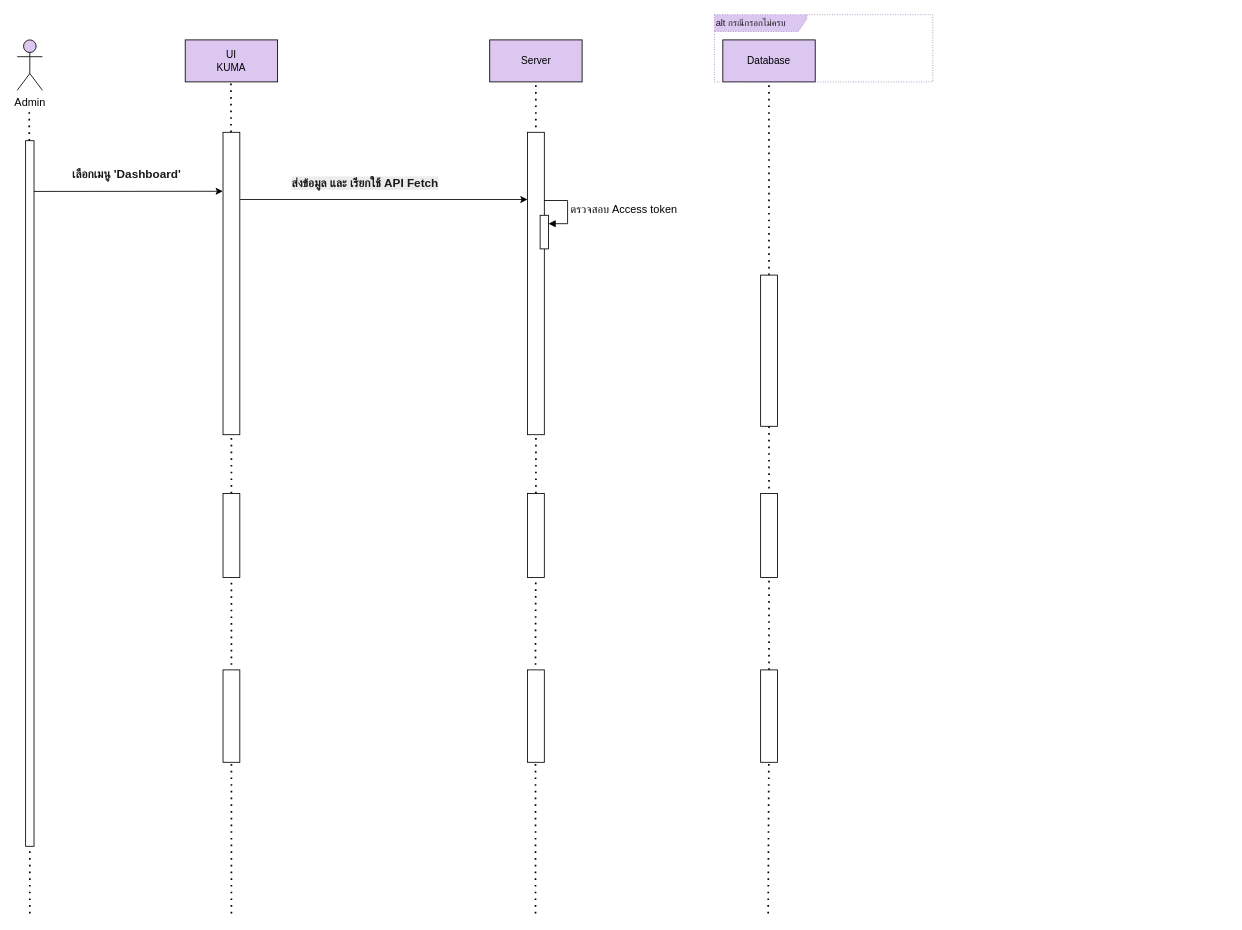
This is page "dashboard" (5 of 5) of Diagram.drawio from Monaphat374/Sequence_project374, a draw.io file, before an edit. Source tidied: cells renumbered, new cells numbered last; positions are measured from the earlier drawing's top-left corner, leaving out a move shared by most shapes. Both pictures are drawn from the tidied source at 84%, with x=0, y=0 at pixel (17, 14).
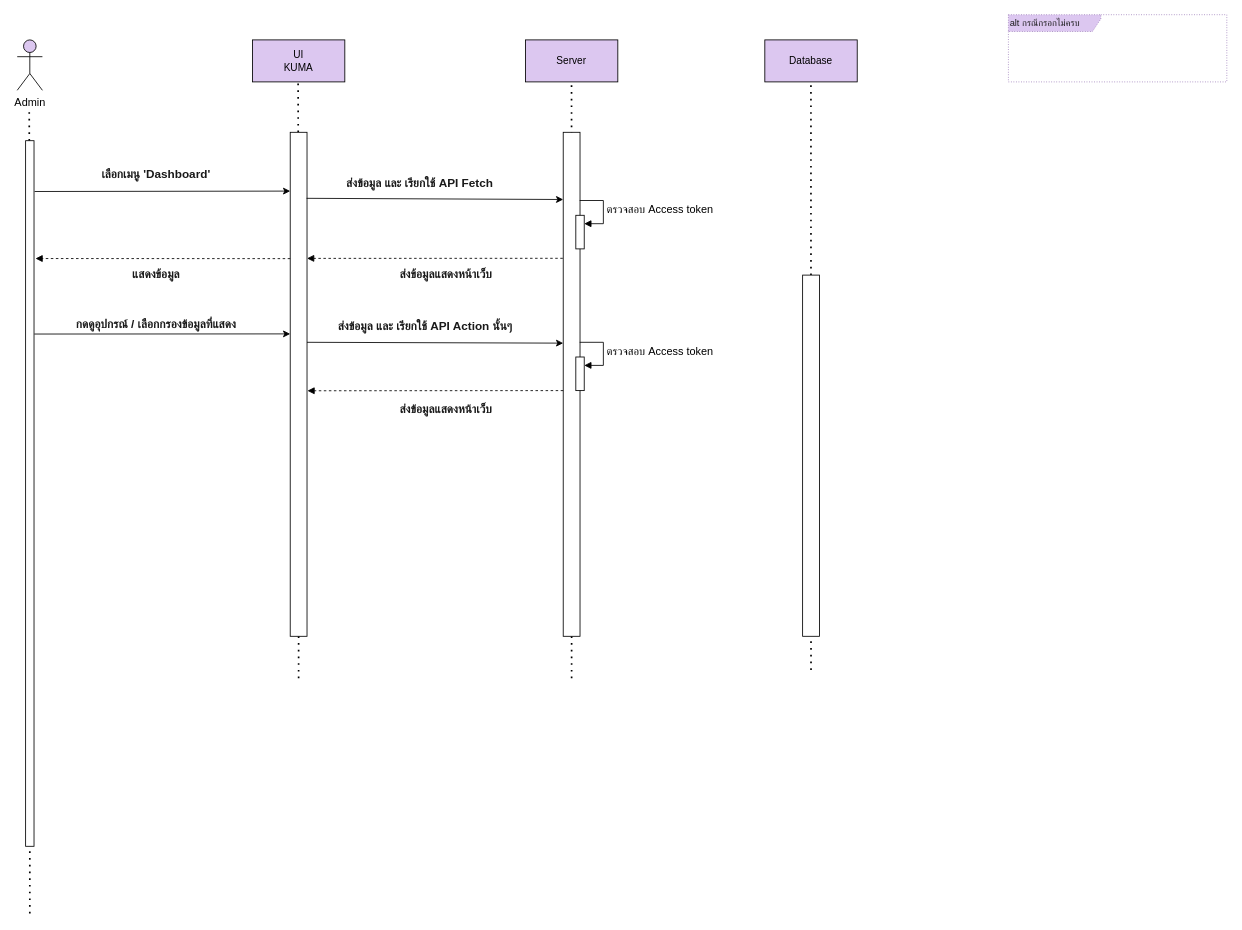
Above is the later version.

The change refers to these unchanged cells:
```xml
<mxCell id="11" style="rounded=0;whiteSpace=wrap;html=1;" parent="1" vertex="1">
  <mxGeometry x="10" y="150" width="10" height="840" as="geometry" />
</mxCell>
```

Change to the diagram source:
```diff
@@
     <mxCell id="3" value="UI&lt;div&gt;KUMA&lt;/div&gt;" style="html=1;whiteSpace=wrap;fillColor=#DCC7F0;" parent="1" vertex="1">
-      <mxGeometry x="200" y="30" width="110" height="50" as="geometry" />
+      <mxGeometry x="280" y="30" width="110" height="50" as="geometry" />
     </mxCell>
     <mxCell id="4" value="Server" style="html=1;whiteSpace=wrap;fillColor=#DCC7F0;" parent="1" vertex="1">
-      <mxGeometry x="562.5" y="30" width="110" height="50" as="geometry" />
+      <mxGeometry x="605" y="30" width="110" height="50" as="geometry" />
     </mxCell>
     <mxCell id="5" value="Database" style="html=1;whiteSpace=wrap;fillColor=#DCC7F0;" parent="1" vertex="1">
-      <mxGeometry x="840" y="30" width="110" height="50" as="geometry" />
+      <mxGeometry x="890" y="30" width="110" height="50" as="geometry" />
     </mxCell>
@@
     <mxCell id="7" style="endArrow=none;dashed=1;html=1;dashPattern=1 3;strokeWidth=2;rounded=0;" parent="1" edge="1" source="13">
       <mxGeometry relative="1" as="geometry">
-        <mxPoint x="254.4" y="80" as="targetPoint" />
+        <mxPoint x="334.4" y="80" as="targetPoint" />
       </mxGeometry>
     </mxCell>
     <mxCell id="8" style="endArrow=none;dashed=1;html=1;dashPattern=1 3;strokeWidth=2;rounded=0;" parent="1" edge="1">
       <mxGeometry relative="1" as="geometry">
-        <mxPoint x="617.5" y="310" as="sourcePoint" />
-        <mxPoint x="617.4" y="80" as="targetPoint" />
+        <mxPoint x="660" y="310" as="sourcePoint" />
+        <mxPoint x="659.9" y="80" as="targetPoint" />
       </mxGeometry>
     </mxCell>
     <mxCell id="9" style="endArrow=none;dashed=1;html=1;dashPattern=1 3;strokeWidth=2;rounded=0;" parent="1" edge="1" source="18">
       <mxGeometry relative="1" as="geometry">
-        <mxPoint x="894.9" y="80" as="targetPoint" />
+        <mxPoint x="944.9" y="80" as="targetPoint" />
       </mxGeometry>
     </mxCell>
@@
-    <mxCell id="12" style="endArrow=none;dashed=1;html=1;dashPattern=1 3;strokeWidth=2;rounded=0;" parent="1" edge="1" source="23" target="13">
-      <mxGeometry relative="1" as="geometry" />
+    <mxCell id="12" style="endArrow=none;dashed=1;html=1;dashPattern=1 3;strokeWidth=2;rounded=0;" parent="1" edge="1" target="13">
+      <mxGeometry relative="1" as="geometry">
+        <mxPoint x="335" y="790" as="sourcePoint" />
+      </mxGeometry>
     </mxCell>
     <mxCell id="13" style="rounded=0;whiteSpace=wrap;html=1;" parent="1" vertex="1">
-      <mxGeometry x="245" y="140" width="20" height="360" as="geometry" />
+      <mxGeometry x="325" y="140" width="20" height="600" as="geometry" />
     </mxCell>
-    <mxCell id="14" style="endArrow=classic;html=1;rounded=0;exitX=0.992;exitY=0.171;exitDx=0;exitDy=0;exitPerimeter=0;entryX=-0.011;entryY=0.195;entryDx=0;entryDy=0;entryPerimeter=0;" parent="1" edge="1" target="13">
+    <mxCell id="14" style="endArrow=classic;html=1;rounded=0;exitX=1.071;exitY=0.072;exitDx=0;exitDy=0;exitPerimeter=0;" parent="1" edge="1" source="11">
       <mxGeometry relative="1" as="geometry">
-        <mxPoint x="20" y="210.4" as="sourcePoint" />
+        <mxPoint x="325" y="210" as="targetPoint" />
       </mxGeometry>
     </mxCell>
     <mxCell id="15" value="&lt;h5&gt;&lt;span style=&quot;font-size: 14px;&quot;&gt;เลือกเมนู 'Dashboard'&lt;/span&gt;&lt;/h5&gt;" style="text;html=1;align=center;verticalAlign=middle;strokeColor=none;fillColor=none;fontFamily=Helvetica;fontStyle=0;fontSize=12;fontColor=#1A1A1A;" parent="1" vertex="1">
-      <mxGeometry x="50" y="160" width="160" height="60" as="geometry" />
+      <mxGeometry x="85" y="160" width="160" height="60" as="geometry" />
     </mxCell>
-    <mxCell id="16" style="endArrow=none;dashed=1;html=1;dashPattern=1 3;strokeWidth=2;rounded=0;" parent="1" edge="1" source="26">
+    <mxCell id="16" style="endArrow=none;dashed=1;html=1;dashPattern=1 3;strokeWidth=2;rounded=0;" parent="1" edge="1">
       <mxGeometry relative="1" as="geometry">
-        <mxPoint x="617.5" y="490" as="targetPoint" />
+        <mxPoint x="660" y="790" as="sourcePoint" />
+        <mxPoint x="660" y="490" as="targetPoint" />
       </mxGeometry>
     </mxCell>
-    <mxCell id="17" style="endArrow=none;dashed=1;html=1;dashPattern=1 3;strokeWidth=2;rounded=0;exitX=0.5;exitY=0;exitDx=0;exitDy=0;" parent="1" edge="1" source="31" target="18">
-      <mxGeometry relative="1" as="geometry" />
+    <mxCell id="17" style="endArrow=none;dashed=1;html=1;dashPattern=1 3;strokeWidth=2;rounded=0;exitX=0.5;exitY=0;exitDx=0;exitDy=0;" parent="1" edge="1" target="18">
+      <mxGeometry relative="1" as="geometry">
+        <mxPoint x="945" y="780" as="sourcePoint" />
+      </mxGeometry>
     </mxCell>
     <mxCell id="18" style="rounded=0;whiteSpace=wrap;html=1;" parent="1" vertex="1">
-      <mxGeometry x="885" y="310" width="20" height="180" as="geometry" />
+      <mxGeometry x="935" y="310" width="20" height="430" as="geometry" />
     </mxCell>
     <mxCell id="19" value="&lt;font face=&quot;Helvetica&quot; style=&quot;font-size: 11px;&quot; color=&quot;#1a1a1a&quot;&gt;alt กรณีกรอกไม่ครบ&lt;/font&gt;" style="shape=umlFrame;whiteSpace=wrap;html=1;dashed=1;dashPattern=1 2;fillColor=light-dark(#DCC7F0,#A18EB3);fontColor=#ffffff;strokeColor=#9A7AB8;swimlaneFillColor=none;width=110;height=20;align=left;" parent="1" vertex="1">
-      <mxGeometry x="830" width="260" height="80" as="geometry" />
+      <mxGeometry x="1180" width="260" height="80" as="geometry" />
     </mxCell>
@@
-    <mxCell id="21" style="endArrow=none;dashed=1;html=1;dashPattern=1 3;strokeWidth=2;rounded=0;" parent="1" edge="1">
-      <mxGeometry relative="1" as="geometry">
-        <mxPoint x="255" y="1070" as="sourcePoint" />
-        <mxPoint x="255" y="750" as="targetPoint" />
-      </mxGeometry>
-    </mxCell>
-    <mxCell id="22" style="endArrow=none;dashed=1;html=1;dashPattern=1 3;strokeWidth=2;rounded=0;" parent="1" edge="1" target="23">
-      <mxGeometry relative="1" as="geometry">
-        <mxPoint x="255" y="750.3" as="sourcePoint" />
-      </mxGeometry>
-    </mxCell>
-    <mxCell id="23" style="rounded=0;whiteSpace=wrap;html=1;" parent="1" vertex="1">
-      <mxGeometry x="245" y="570" width="20" height="100" as="geometry" />
-    </mxCell>
-    <mxCell id="24" style="endArrow=none;dashed=1;html=1;dashPattern=1 3;strokeWidth=2;rounded=0;" parent="1" edge="1">
-      <mxGeometry relative="1" as="geometry">
-        <mxPoint x="617" y="1070" as="sourcePoint" />
-        <mxPoint x="617" y="750" as="targetPoint" />
-      </mxGeometry>
-    </mxCell>
-    <mxCell id="25" style="endArrow=none;dashed=1;html=1;dashPattern=1 3;strokeWidth=2;rounded=0;" parent="1" edge="1" target="26">
-      <mxGeometry relative="1" as="geometry">
-        <mxPoint x="617" y="750" as="sourcePoint" />
-      </mxGeometry>
-    </mxCell>
-    <mxCell id="26" style="rounded=0;whiteSpace=wrap;html=1;" parent="1" vertex="1">
-      <mxGeometry x="607.5" y="570" width="20" height="100" as="geometry" />
-    </mxCell>
-    <mxCell id="27" style="rounded=0;whiteSpace=wrap;html=1;" parent="1" vertex="1">
-      <mxGeometry x="885" y="570" width="20" height="100" as="geometry" />
-    </mxCell>
-    <mxCell id="28" style="rounded=0;whiteSpace=wrap;html=1;" parent="1" vertex="1">
-      <mxGeometry x="245" y="780" width="20" height="110" as="geometry" />
-    </mxCell>
-    <mxCell id="29" style="rounded=0;whiteSpace=wrap;html=1;" parent="1" vertex="1">
-      <mxGeometry x="607.5" y="780" width="20" height="110" as="geometry" />
-    </mxCell>
-    <mxCell id="30" style="endArrow=none;dashed=1;html=1;dashPattern=1 3;strokeWidth=2;rounded=0;" parent="1" edge="1" target="31">
-      <mxGeometry relative="1" as="geometry">
-        <mxPoint x="894" y="1070" as="sourcePoint" />
-      </mxGeometry>
-    </mxCell>
-    <mxCell id="31" style="rounded=0;whiteSpace=wrap;html=1;" parent="1" vertex="1">
-      <mxGeometry x="885" y="780" width="20" height="110" as="geometry" />
-    </mxCell>
     <mxCell id="32" style="rounded=0;whiteSpace=wrap;html=1;" parent="1" vertex="1">
-      <mxGeometry x="607.5" y="140" width="20" height="360" as="geometry" />
+      <mxGeometry x="650" y="140" width="20" height="600" as="geometry" />
     </mxCell>
     <mxCell id="33" style="html=1;points=[[0,0,0,0,5],[0,1,0,0,-5],[1,0,0,0,5],[1,1,0,0,-5]];perimeter=orthogonalPerimeter;outlineConnect=0;targetShapes=umlLifeline;portConstraint=eastwest;newEdgeStyle={&quot;curved&quot;:0,&quot;rounded&quot;:0};" parent="1" vertex="1">
-      <mxGeometry x="622.5" y="238.8" width="10" height="40" as="geometry" />
+      <mxGeometry x="665" y="238.8" width="10" height="40" as="geometry" />
     </mxCell>
     <mxCell id="34" value="&lt;span style=&quot;font-size: 13px;&quot;&gt;ตรวจสอบ Access token&lt;/span&gt;" style="html=1;align=left;spacingLeft=2;endArrow=block;rounded=0;edgeStyle=orthogonalEdgeStyle;curved=0;rounded=0;exitX=0.994;exitY=0.218;exitDx=0;exitDy=0;exitPerimeter=0;" parent="1" edge="1" target="33">
       <mxGeometry relative="1" as="geometry">
-        <mxPoint x="627.1" y="221.2" as="sourcePoint" />
+        <mxPoint x="669.6" y="221.2" as="sourcePoint" />
         <Array as="points">
-          <mxPoint x="655.2" y="221.8" />
-          <mxPoint x="655.2" y="248.8" />
+          <mxPoint x="697.8" y="221.8" />
+          <mxPoint x="697.8" y="248.8" />
         </Array>
       </mxGeometry>
     </mxCell>
-    <mxCell id="35" value="&lt;h5 style=&quot;forced-color-adjust: none; color: rgb(26, 26, 26); font-family: Helvetica; font-style: normal; font-variant-ligatures: normal; font-variant-caps: normal; letter-spacing: normal; orphans: 2; text-align: center; text-indent: 0px; text-transform: none; widows: 2; word-spacing: 0px; -webkit-text-stroke-width: 0px; white-space: nowrap; background-color: rgb(236, 236, 236); text-decoration-thickness: initial; text-decoration-style: initial; text-decoration-color: initial;&quot;&gt;&lt;span style=&quot;forced-color-adjust: none; font-size: 14px;&quot;&gt;ส่งข้อมูล และ เรียกใช้ API Fetch&lt;/span&gt;&lt;/h5&gt;" style="text;whiteSpace=wrap;html=1;" parent="1" vertex="1">
-      <mxGeometry x="325" y="168.8" width="240" height="70" as="geometry" />
+    <mxCell id="35" value="&lt;h5 style=&quot;forced-color-adjust: none; color: rgb(26, 26, 26); font-family: Helvetica; font-style: normal; font-variant-ligatures: normal; font-variant-caps: normal; letter-spacing: normal; orphans: 2; text-align: center; text-indent: 0px; text-transform: none; widows: 2; word-spacing: 0px; -webkit-text-stroke-width: 0px; white-space: nowrap; text-decoration-thickness: initial; text-decoration-style: initial; text-decoration-color: initial;&quot;&gt;&lt;span style=&quot;forced-color-adjust: none; font-size: 14px;&quot;&gt;ส่งข้อมูล และ เรียกใช้ API Fetch&lt;/span&gt;&lt;/h5&gt;" style="text;whiteSpace=wrap;html=1;" parent="1" vertex="1">
+      <mxGeometry x="390" y="168.8" width="240" height="70" as="geometry" />
     </mxCell>
-    <mxCell id="36" style="endArrow=classic;html=1;rounded=0;exitX=1.019;exitY=0.211;exitDx=0;exitDy=0;exitPerimeter=0;" parent="1" edge="1">
+    <mxCell id="36" style="endArrow=classic;html=1;rounded=0;exitX=0.972;exitY=0.131;exitDx=0;exitDy=0;exitPerimeter=0;" parent="1" edge="1" source="13">
       <mxGeometry relative="1" as="geometry">
-        <mxPoint x="265.4" y="220" as="sourcePoint" />
-        <mxPoint x="607.5" y="220" as="targetPoint" />
+        <mxPoint x="650" y="220" as="targetPoint" />
       </mxGeometry>
     </mxCell>
+    <mxCell id="37" style="endArrow=block;dashed=1;endFill=1;html=1;rounded=0;fontColor=default;labelBackgroundColor=light-dark(#c43131, #ededed);strokeColor=default;entryX=1.026;entryY=0.417;entryDx=0;entryDy=0;entryPerimeter=0;" parent="1" edge="1">
+      <mxGeometry relative="1" as="geometry">
+        <mxPoint x="649.5" y="290" as="sourcePoint" />
+        <mxPoint x="345" y="290.1" as="targetPoint" />
+      </mxGeometry>
+    </mxCell>
+    <mxCell id="38" value="&lt;h5&gt;&lt;span style=&quot;font-size: 14px;&quot;&gt;ส่งข้อมูลแสดงหน้าเว็บ&lt;/span&gt;&lt;/h5&gt;" style="text;html=1;align=center;verticalAlign=middle;strokeColor=none;fillColor=none;fontFamily=Helvetica;fontStyle=0;fontSize=12;fontColor=#1A1A1A;" parent="1" vertex="1">
+      <mxGeometry x="430" y="278.8" width="160" height="60" as="geometry" />
+    </mxCell>
+    <mxCell id="39" style="endArrow=block;dashed=1;endFill=1;html=1;rounded=0;fontColor=default;labelBackgroundColor=light-dark(#c43131, #ededed);strokeColor=default;entryX=1.175;entryY=0.167;entryDx=0;entryDy=0;entryPerimeter=0;" parent="1" edge="1" target="11">
+      <mxGeometry relative="1" as="geometry">
+        <mxPoint x="325" y="290.4" as="sourcePoint" />
+      </mxGeometry>
+    </mxCell>
+    <mxCell id="40" value="&lt;h5&gt;&lt;span style=&quot;font-size: 14px;&quot;&gt;แสดงข้อมูล&lt;/span&gt;&lt;/h5&gt;" style="text;html=1;align=center;verticalAlign=middle;strokeColor=none;fillColor=none;fontFamily=Helvetica;fontStyle=0;fontSize=12;fontColor=#1A1A1A;" parent="1" vertex="1">
+      <mxGeometry x="115" y="278.8" width="100" height="60" as="geometry" />
+    </mxCell>
+    <mxCell id="41" style="endArrow=classic;html=1;rounded=0;exitX=1.037;exitY=0.274;exitDx=0;exitDy=0;exitPerimeter=0;" parent="1" edge="1" source="11">
+      <mxGeometry relative="1" as="geometry">
+        <mxPoint x="325" y="380" as="targetPoint" />
+      </mxGeometry>
+    </mxCell>
+    <mxCell id="42" value="&lt;h5&gt;&lt;span style=&quot;font-size: 14px;&quot;&gt;กดดูอุปกรณ์ / เลือกกรองข้อมูลที่แสดง&lt;/span&gt;&lt;/h5&gt;" style="text;html=1;align=center;verticalAlign=middle;strokeColor=none;fillColor=none;fontFamily=Helvetica;fontStyle=0;fontSize=12;fontColor=#1A1A1A;" parent="1" vertex="1">
+      <mxGeometry x="35" y="338.8" width="260" height="60" as="geometry" />
+    </mxCell>
+    <mxCell id="43" style="endArrow=classic;html=1;rounded=0;exitX=0.981;exitY=0.22;exitDx=0;exitDy=0;exitPerimeter=0;" parent="1" edge="1">
+      <mxGeometry relative="1" as="geometry">
+        <mxPoint x="345" y="390" as="sourcePoint" />
+        <mxPoint x="650" y="391" as="targetPoint" />
+      </mxGeometry>
+    </mxCell>
+    <mxCell id="44" value="&lt;h5 style=&quot;forced-color-adjust: none; color: rgb(26, 26, 26); font-family: Helvetica; font-style: normal; font-variant-ligatures: normal; font-variant-caps: normal; letter-spacing: normal; orphans: 2; text-align: center; text-indent: 0px; text-transform: none; widows: 2; word-spacing: 0px; -webkit-text-stroke-width: 0px; white-space: nowrap; text-decoration-thickness: initial; text-decoration-style: initial; text-decoration-color: initial;&quot;&gt;&lt;span style=&quot;forced-color-adjust: none; font-size: 14px;&quot;&gt;ส่งข้อมูล และ เรียกใช้ API Action นั้นๆ&amp;nbsp;&lt;/span&gt;&lt;/h5&gt;" style="text;whiteSpace=wrap;html=1;" parent="1" vertex="1">
+      <mxGeometry x="380" y="338.8" width="240" height="70" as="geometry" />
+    </mxCell>
+    <mxCell id="45" style="html=1;points=[[0,0,0,0,5],[0,1,0,0,-5],[1,0,0,0,5],[1,1,0,0,-5]];perimeter=orthogonalPerimeter;outlineConnect=0;targetShapes=umlLifeline;portConstraint=eastwest;newEdgeStyle={&quot;curved&quot;:0,&quot;rounded&quot;:0};" parent="1" vertex="1">
+      <mxGeometry x="665" y="407.5" width="10" height="40" as="geometry" />
+    </mxCell>
+    <mxCell id="46" value="&lt;span style=&quot;font-size: 13px;&quot;&gt;ตรวจสอบ Access token&lt;/span&gt;" style="html=1;align=left;spacingLeft=2;endArrow=block;rounded=0;edgeStyle=orthogonalEdgeStyle;curved=0;rounded=0;exitX=0.994;exitY=0.218;exitDx=0;exitDy=0;exitPerimeter=0;" parent="1" edge="1" target="45">
+      <mxGeometry relative="1" as="geometry">
+        <mxPoint x="669.6" y="390" as="sourcePoint" />
+        <Array as="points">
+          <mxPoint x="697.8" y="390.5" />
+          <mxPoint x="697.8" y="417.5" />
+        </Array>
+      </mxGeometry>
+    </mxCell>
+    <mxCell id="47" style="endArrow=block;dashed=1;endFill=1;html=1;rounded=0;fontColor=default;labelBackgroundColor=light-dark(#c43131, #ededed);strokeColor=default;entryX=1.026;entryY=0.417;entryDx=0;entryDy=0;entryPerimeter=0;" parent="1" edge="1">
+      <mxGeometry relative="1" as="geometry">
+        <mxPoint x="650" y="447.5" as="sourcePoint" />
+        <mxPoint x="345.5" y="447.7" as="targetPoint" />
+      </mxGeometry>
+    </mxCell>
+    <mxCell id="48" value="&lt;h5&gt;&lt;span style=&quot;font-size: 14px;&quot;&gt;ส่งข้อมูลแสดงหน้าเว็บ&lt;/span&gt;&lt;/h5&gt;" style="text;html=1;align=center;verticalAlign=middle;strokeColor=none;fillColor=none;fontFamily=Helvetica;fontStyle=0;fontSize=12;fontColor=#1A1A1A;" parent="1" vertex="1">
+      <mxGeometry x="430" y="440" width="160" height="60" as="geometry" />
+    </mxCell>
```
